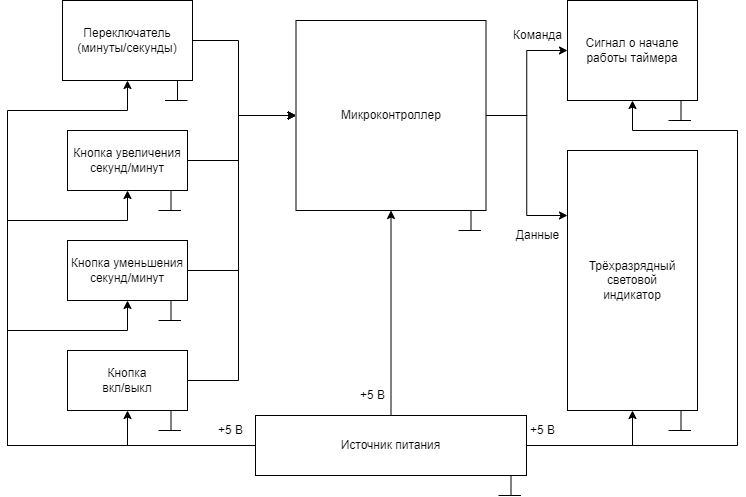
Before: Схемыч!!!.png, a diagram exported from draw.io (IlyaFedoseev227/LABS-PNRPU-IVT-22-1b). Source tidied: cells renumbered, new cells last; positions are measured from the earlier drawing's top-left corner, leaving out a move shared by most shapes.
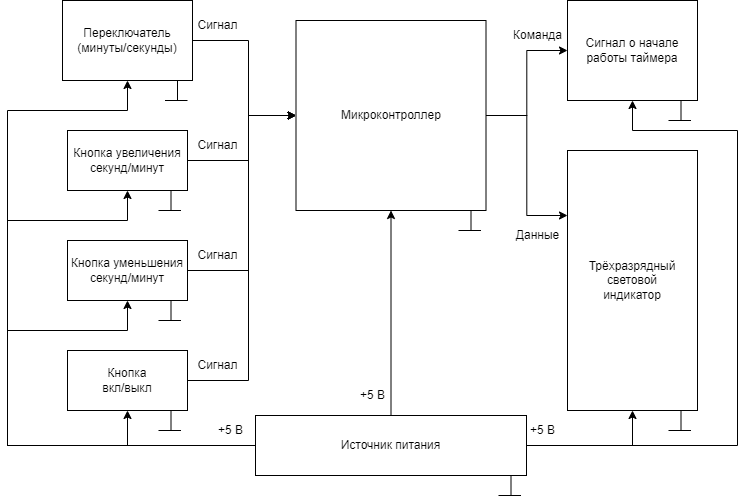
After the commit.

The edit, as a diff of the source:
```diff
@@ -5,8 +5,8 @@
     <mxCell id="2" style="edgeStyle=orthogonalEdgeStyle;rounded=0;jettySize=auto;html=1;exitX=1;exitY=0.5;exitDx=0;exitDy=0;entryX=0;entryY=0.5;entryDx=0;entryDy=0;" parent="1" edge="1" source="3" target="7">
       <mxGeometry relative="1" as="geometry">
         <Array as="points">
-          <mxPoint x="231" y="40" />
-          <mxPoint x="231" y="115" />
+          <mxPoint x="241" y="40" />
+          <mxPoint x="241" y="115" />
         </Array>
       </mxGeometry>
     </mxCell>
@@ -28,8 +28,8 @@
     <mxCell id="8" style="edgeStyle=orthogonalEdgeStyle;rounded=0;jettySize=auto;html=1;exitX=1;exitY=0.5;exitDx=0;exitDy=0;entryX=0;entryY=0.5;entryDx=0;entryDy=0;" parent="1" edge="1" source="9" target="7">
       <mxGeometry relative="1" as="geometry">
         <Array as="points">
-          <mxPoint x="231" y="160" />
-          <mxPoint x="231" y="115" />
+          <mxPoint x="241" y="160" />
+          <mxPoint x="241" y="115" />
         </Array>
       </mxGeometry>
     </mxCell>
@@ -39,8 +39,8 @@
     <mxCell id="10" style="edgeStyle=orthogonalEdgeStyle;rounded=0;jettySize=auto;html=1;exitX=1;exitY=0.5;exitDx=0;exitDy=0;entryX=0;entryY=0.5;entryDx=0;entryDy=0;" parent="1" edge="1" source="11" target="7">
       <mxGeometry relative="1" as="geometry">
         <Array as="points">
-          <mxPoint x="231" y="270" />
-          <mxPoint x="231" y="115" />
+          <mxPoint x="241" y="270" />
+          <mxPoint x="241" y="115" />
         </Array>
       </mxGeometry>
     </mxCell>
@@ -50,8 +50,8 @@
     <mxCell id="12" style="edgeStyle=orthogonalEdgeStyle;rounded=0;jettySize=auto;html=1;exitX=1;exitY=0.5;exitDx=0;exitDy=0;entryX=0;entryY=0.5;entryDx=0;entryDy=0;" parent="1" edge="1" source="13" target="7">
       <mxGeometry relative="1" as="geometry">
         <Array as="points">
-          <mxPoint x="231" y="380" />
-          <mxPoint x="231" y="115" />
+          <mxPoint x="241" y="380" />
+          <mxPoint x="241" y="115" />
         </Array>
       </mxGeometry>
     </mxCell>
@@ -228,5 +228,17 @@
     <mxCell id="43" value="+5 В" style="text;html=1;align=center;verticalAlign=middle;strokeColor=none;fillColor=none;" parent="1" vertex="1">
       <mxGeometry x="198" y="415" width="50" height="30" as="geometry" />
     </mxCell>
+    <mxCell id="44" value="Сигнал" style="text;html=1;align=center;verticalAlign=middle;strokeColor=none;fillColor=none;" parent="1" vertex="1">
+      <mxGeometry x="180" y="10" width="60" height="30" as="geometry" />
+    </mxCell>
+    <mxCell id="45" value="Сигнал" style="text;html=1;align=center;verticalAlign=middle;strokeColor=none;fillColor=none;" parent="1" vertex="1">
+      <mxGeometry x="180" y="350" width="60" height="30" as="geometry" />
+    </mxCell>
+    <mxCell id="46" value="Сигнал" style="text;html=1;align=center;verticalAlign=middle;strokeColor=none;fillColor=none;" parent="1" vertex="1">
+      <mxGeometry x="180" y="240" width="60" height="30" as="geometry" />
+    </mxCell>
+    <mxCell id="47" value="Сигнал" style="text;html=1;align=center;verticalAlign=middle;strokeColor=none;fillColor=none;" parent="1" vertex="1">
+      <mxGeometry x="180" y="130" width="60" height="30" as="geometry" />
+    </mxCell>
   </root>
 </mxGraphModel>
```
